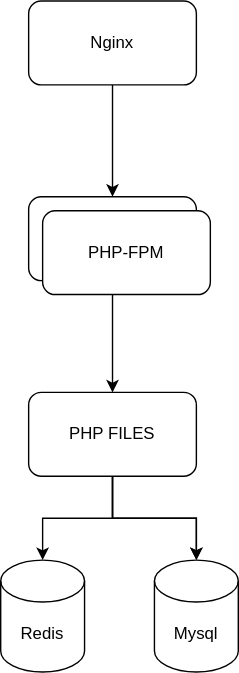
Above: pepper/典型PHP应用.drawio.svg in wclssdn/draw.io (draw.io), before the change. Source tidied: cells renumbered, new cells last; positions are measured from the earlier drawing's top-left corner, leaving out a move shared by most shapes. Its diagram source:
```xml
<mxGraphModel>
  <root>
    <mxCell id="0" />
    <mxCell id="1" parent="0" />
    <mxCell id="2" style="edgeStyle=orthogonalEdgeStyle;rounded=0;jettySize=auto;html=1;" parent="1" edge="1" source="3" target="5">
      <mxGeometry relative="1" as="geometry" />
    </mxCell>
    <mxCell id="3" value="Nginx" style="rounded=1;whiteSpace=wrap;html=1;" parent="1" vertex="1">
      <mxGeometry x="20" width="120" height="60" as="geometry" />
    </mxCell>
    <mxCell id="4" style="edgeStyle=orthogonalEdgeStyle;rounded=0;jettySize=auto;html=1;" parent="1" edge="1" source="5" target="9">
      <mxGeometry relative="1" as="geometry" />
    </mxCell>
    <mxCell id="5" value="PHP-FPM" style="rounded=1;whiteSpace=wrap;html=1;" parent="1" vertex="1">
      <mxGeometry x="20" y="140" width="120" height="60" as="geometry" />
    </mxCell>
    <mxCell id="6" style="edgeStyle=orthogonalEdgeStyle;rounded=0;jettySize=auto;html=1;exitX=0.5;exitY=1;exitDx=0;exitDy=0;entryX=0.5;entryY=0;entryDx=0;entryDy=0;entryPerimeter=0;" parent="1" edge="1" source="9" target="10">
      <mxGeometry relative="1" as="geometry" />
    </mxCell>
    <mxCell id="7" style="edgeStyle=orthogonalEdgeStyle;rounded=0;jettySize=auto;html=1;" parent="1" edge="1" source="9" target="10">
      <mxGeometry relative="1" as="geometry" />
    </mxCell>
    <mxCell id="8" style="edgeStyle=orthogonalEdgeStyle;rounded=0;jettySize=auto;html=1;exitX=0.5;exitY=1;exitDx=0;exitDy=0;" parent="1" edge="1" source="9" target="11">
      <mxGeometry relative="1" as="geometry" />
    </mxCell>
    <mxCell id="9" value="PHP FILES" style="whiteSpace=wrap;html=1;rounded=1;" parent="1" vertex="1">
      <mxGeometry x="20" y="280" width="120" height="60" as="geometry" />
    </mxCell>
    <mxCell id="10" value="Mysql" style="shape=cylinder3;whiteSpace=wrap;html=1;boundedLbl=1;backgroundOutline=1;size=15;" parent="1" vertex="1">
      <mxGeometry x="110" y="400" width="60" height="80" as="geometry" />
    </mxCell>
    <mxCell id="11" value="Redis" style="shape=cylinder3;whiteSpace=wrap;html=1;boundedLbl=1;backgroundOutline=1;size=15;" parent="1" vertex="1">
      <mxGeometry y="400" width="60" height="80" as="geometry" />
    </mxCell>
    <mxCell id="12" value="PHP-FPM" style="rounded=1;whiteSpace=wrap;html=1;" parent="1" vertex="1">
      <mxGeometry x="30" y="150" width="120" height="60" as="geometry" />
    </mxCell>
  </root>
</mxGraphModel>
```
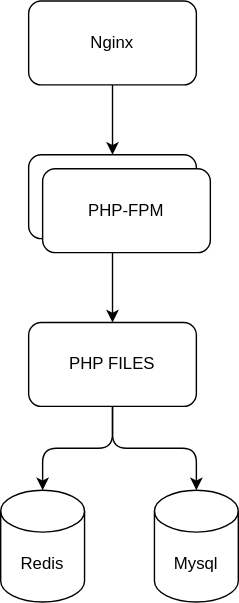
The same diagram one commit later.

Change to the diagram source:
```diff
@@ -6,7 +6,7 @@
       <mxGeometry relative="1" as="geometry" />
     </mxCell>
     <mxCell id="3" value="Nginx" style="rounded=1;whiteSpace=wrap;html=1;" parent="1" vertex="1">
-      <mxGeometry x="20" width="120" height="60" as="geometry" />
+      <mxGeometry x="20" y="30" width="120" height="60" as="geometry" />
     </mxCell>
     <mxCell id="4" style="edgeStyle=orthogonalEdgeStyle;rounded=0;jettySize=auto;html=1;" parent="1" edge="1" source="5" target="9">
       <mxGeometry relative="1" as="geometry" />
@@ -14,23 +14,20 @@
     <mxCell id="5" value="PHP-FPM" style="rounded=1;whiteSpace=wrap;html=1;" parent="1" vertex="1">
       <mxGeometry x="20" y="140" width="120" height="60" as="geometry" />
     </mxCell>
-    <mxCell id="6" style="edgeStyle=orthogonalEdgeStyle;rounded=0;jettySize=auto;html=1;exitX=0.5;exitY=1;exitDx=0;exitDy=0;entryX=0.5;entryY=0;entryDx=0;entryDy=0;entryPerimeter=0;" parent="1" edge="1" source="9" target="10">
+    <mxCell id="6" style="edgeStyle=orthogonalEdgeStyle;rounded=1;jettySize=auto;html=1;exitX=0.5;exitY=1;exitDx=0;exitDy=0;entryX=0.5;entryY=0;entryDx=0;entryDy=0;entryPerimeter=0;" parent="1" edge="1" source="9" target="10">
       <mxGeometry relative="1" as="geometry" />
     </mxCell>
-    <mxCell id="7" style="edgeStyle=orthogonalEdgeStyle;rounded=0;jettySize=auto;html=1;" parent="1" edge="1" source="9" target="10">
-      <mxGeometry relative="1" as="geometry" />
-    </mxCell>
-    <mxCell id="8" style="edgeStyle=orthogonalEdgeStyle;rounded=0;jettySize=auto;html=1;exitX=0.5;exitY=1;exitDx=0;exitDy=0;" parent="1" edge="1" source="9" target="11">
+    <mxCell id="8" style="edgeStyle=orthogonalEdgeStyle;rounded=1;jettySize=auto;html=1;exitX=0.5;exitY=1;exitDx=0;exitDy=0;" parent="1" edge="1" source="9" target="11">
       <mxGeometry relative="1" as="geometry" />
     </mxCell>
     <mxCell id="9" value="PHP FILES" style="whiteSpace=wrap;html=1;rounded=1;" parent="1" vertex="1">
-      <mxGeometry x="20" y="280" width="120" height="60" as="geometry" />
+      <mxGeometry x="20" y="260" width="120" height="60" as="geometry" />
     </mxCell>
     <mxCell id="10" value="Mysql" style="shape=cylinder3;whiteSpace=wrap;html=1;boundedLbl=1;backgroundOutline=1;size=15;" parent="1" vertex="1">
-      <mxGeometry x="110" y="400" width="60" height="80" as="geometry" />
+      <mxGeometry x="110" y="380" width="60" height="80" as="geometry" />
     </mxCell>
     <mxCell id="11" value="Redis" style="shape=cylinder3;whiteSpace=wrap;html=1;boundedLbl=1;backgroundOutline=1;size=15;" parent="1" vertex="1">
-      <mxGeometry y="400" width="60" height="80" as="geometry" />
+      <mxGeometry y="380" width="60" height="80" as="geometry" />
     </mxCell>
     <mxCell id="12" value="PHP-FPM" style="rounded=1;whiteSpace=wrap;html=1;" parent="1" vertex="1">
       <mxGeometry x="30" y="150" width="120" height="60" as="geometry" />
```
